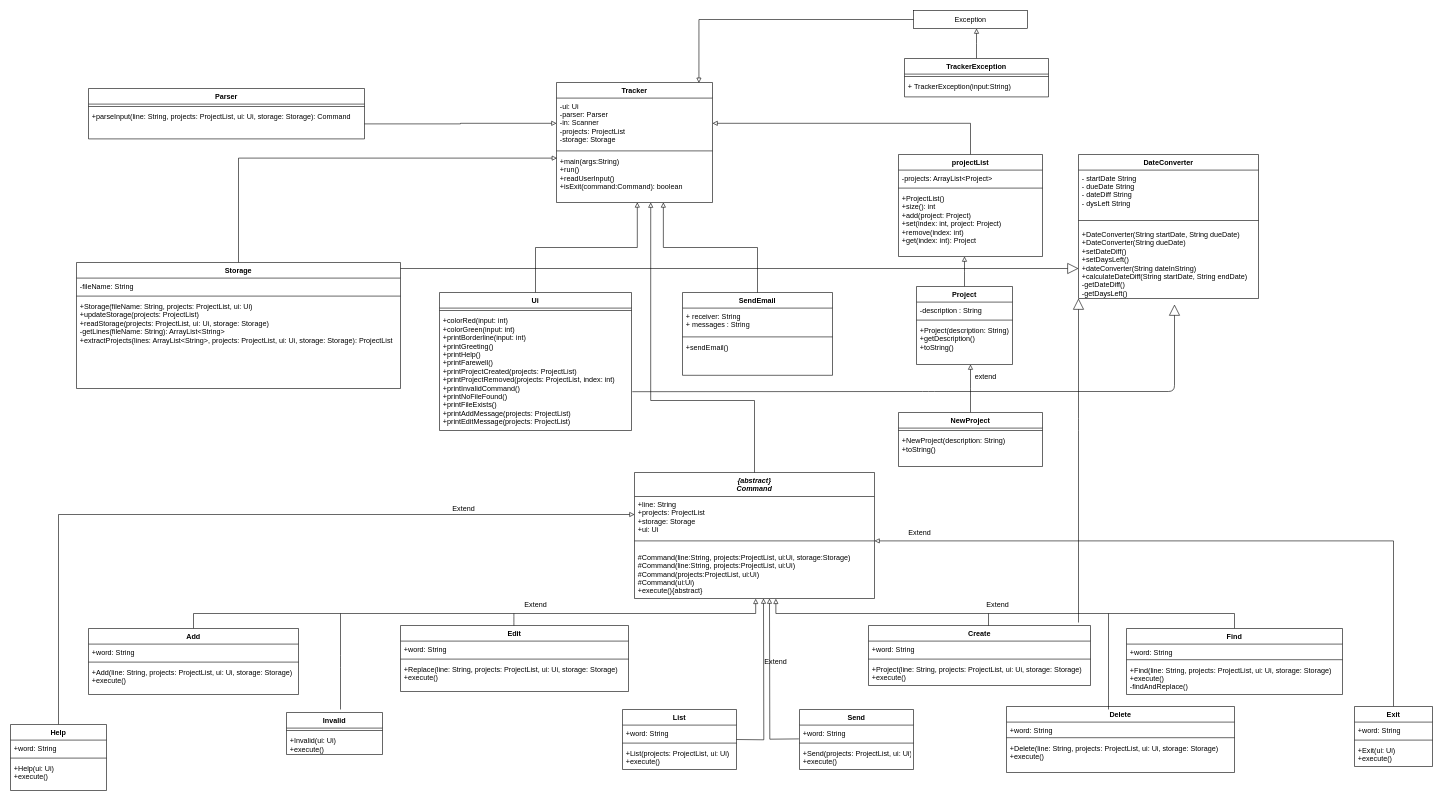
Before: docs/UML V2.drawio in nus-tic4001-AY2021S1/tp, a draw.io diagram. Source tidied: cells renumbered, new cells numbered last; positions are measured from the earlier drawing's top-left corner, leaving out a move shared by most shapes. Both pictures are drawn from the tidied source at 60%, with x=0, y=0 at pixel (10, 10).
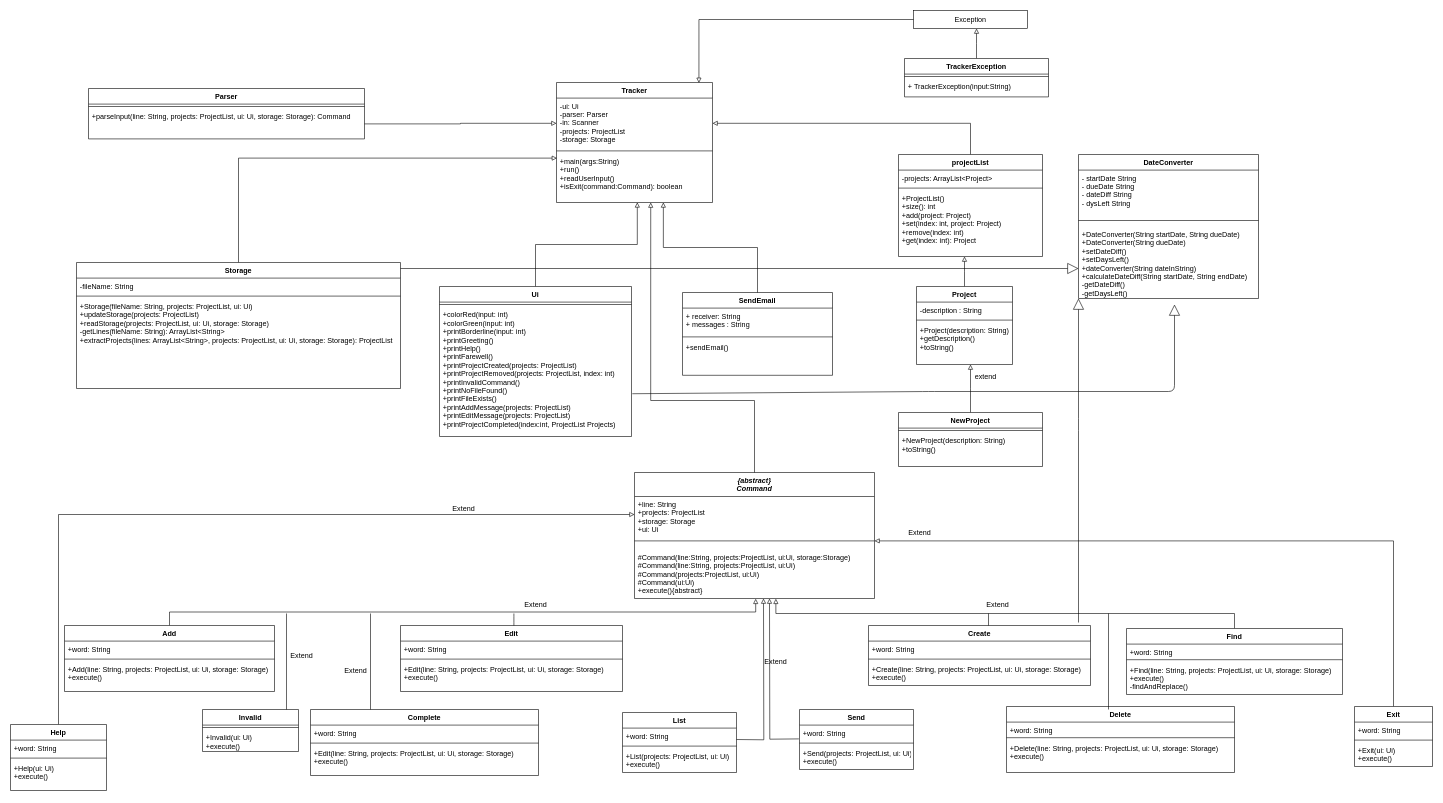
After the change.

The change refers to these unchanged cells:
```xml
<mxCell id="33" value="Create" style="swimlane;fontStyle=1;align=center;verticalAlign=top;horizontal=1;startSize=26;" parent="1" vertex="1">
  <mxGeometry x="1430" y="1025" width="370" height="100" as="geometry" />
</mxCell>
```

What changed in the source:
```diff
@@
     <mxCell id="12" value="Add" style="swimlane;fontStyle=1;align=center;verticalAlign=top;horizontal=1;startSize=26;" parent="1" vertex="1">
-      <mxGeometry x="130" y="1030" width="350" height="110" as="geometry" />
+      <mxGeometry x="90" y="1025" width="350" height="110" as="geometry" />
     </mxCell>
@@
-    <mxCell id="36" value="+Project(line: String, projects: ProjectList, ui: Ui, storage: Storage)&#10;+execute()" style="text;strokeColor=none;fillColor=none;align=left;verticalAlign=top;spacingLeft=4;spacingRight=4;overflow=hidden;" parent="33" vertex="1">
+    <mxCell id="36" value="+Create(line: String, projects: ProjectList, ui: Ui, storage: Storage)&#10;+execute()" style="text;strokeColor=none;fillColor=none;align=left;verticalAlign=top;spacingLeft=4;spacingRight=4;overflow=hidden;" parent="33" vertex="1">
       <mxGeometry y="60" width="370" height="40" as="geometry" />
     </mxCell>
     <mxCell id="37" value="Edit" style="swimlane;fontStyle=1;align=center;verticalAlign=top;horizontal=1;startSize=26;" parent="1" vertex="1">
-      <mxGeometry x="650" y="1025" width="380" height="110" as="geometry" />
+      <mxGeometry x="650" y="1025" width="370" height="110" as="geometry" />
     </mxCell>
     <mxCell id="38" value="+word: String" style="text;strokeColor=none;fillColor=none;align=left;verticalAlign=top;spacingLeft=4;spacingRight=4;overflow=hidden;" parent="37" vertex="1">
-      <mxGeometry y="26" width="380" height="26" as="geometry" />
+      <mxGeometry y="26" width="370" height="26" as="geometry" />
     </mxCell>
     <mxCell id="39" style="line;strokeWidth=1;fillColor=none;align=left;verticalAlign=middle;spacingTop=-1;spacingLeft=3;spacingRight=3;labelPosition=right;" parent="37" vertex="1">
-      <mxGeometry y="52" width="380" height="8" as="geometry" />
+      <mxGeometry y="52" width="370" height="8" as="geometry" />
     </mxCell>
-    <mxCell id="40" value="+Replace(line: String, projects: ProjectList, ui: Ui, storage: Storage)&#10;+execute()" style="text;strokeColor=none;fillColor=none;align=left;verticalAlign=top;spacingLeft=4;spacingRight=4;overflow=hidden;" parent="37" vertex="1">
-      <mxGeometry y="60" width="380" height="50" as="geometry" />
+    <mxCell id="40" value="+Edit(line: String, projects: ProjectList, ui: Ui, storage: Storage)&#10;+execute()" style="text;strokeColor=none;fillColor=none;align=left;verticalAlign=top;spacingLeft=4;spacingRight=4;overflow=hidden;" parent="37" vertex="1">
+      <mxGeometry y="60" width="370" height="50" as="geometry" />
     </mxCell>
@@
     <mxCell id="42" value="Ui" style="swimlane;fontStyle=1;align=center;verticalAlign=top;horizontal=1;startSize=26;" parent="1" vertex="1">
-      <mxGeometry x="715" y="470" width="320" height="230" as="geometry" />
+      <mxGeometry x="715" y="460" width="320" height="250" as="geometry" />
     </mxCell>
@@
-    <mxCell id="44" value="+colorRed(input: int)&#10;+colorGreen(input: int)&#10;+printBorderline(input: int)&#10;+printGreeting()&#10;+printHelp()&#10;+printFarewell()&#10;+printProjectCreated(projects: ProjectList)&#10;+printProjectRemoved(projects: ProjectList, index: int)&#10;+printInvalidCommand()&#10;+printNoFileFound()&#10;+printFileExists()&#10;+printAddMessage(projects: ProjectList)&#10;+printEditMessage(projects: ProjectList)" style="text;strokeColor=none;fillColor=none;align=left;verticalAlign=top;spacingLeft=4;spacingRight=4;overflow=hidden;points=[[0,0.5],[1,0.5]];portConstraint=eastwest;" parent="42" vertex="1">
-      <mxGeometry y="34" width="320" height="196" as="geometry" />
+    <mxCell id="44" value="+colorRed(input: int)&#10;+colorGreen(input: int)&#10;+printBorderline(input: int)&#10;+printGreeting()&#10;+printHelp()&#10;+printFarewell()&#10;+printProjectCreated(projects: ProjectList)&#10;+printProjectRemoved(projects: ProjectList, index: int)&#10;+printInvalidCommand()&#10;+printNoFileFound()&#10;+printFileExists()&#10;+printAddMessage(projects: ProjectList)&#10;+printEditMessage(projects: ProjectList)&#10;+printProjectCompleted(index:int, ProjectList Projects)&#10;" style="text;strokeColor=none;fillColor=none;align=left;verticalAlign=top;spacingLeft=4;spacingRight=4;overflow=hidden;points=[[0,0.5],[1,0.5]];portConstraint=eastwest;" parent="42" vertex="1">
+      <mxGeometry y="34" width="320" height="216" as="geometry" />
     </mxCell>
@@
     <mxCell id="55" value="List" style="swimlane;fontStyle=1;align=center;verticalAlign=top;horizontal=1;startSize=26;" parent="1" vertex="1">
-      <mxGeometry x="1020" y="1165" width="190" height="100" as="geometry" />
+      <mxGeometry x="1020" y="1170" width="190" height="100" as="geometry" />
     </mxCell>
@@
     <mxCell id="64" value="Invalid" style="swimlane;fontStyle=1;align=center;verticalAlign=top;horizontal=1;startSize=26;" parent="1" vertex="1">
-      <mxGeometry x="460" y="1170" width="160" height="70" as="geometry" />
+      <mxGeometry x="320" y="1165" width="160" height="70" as="geometry" />
     </mxCell>
@@
     <mxCell id="68" style="endArrow=none;html=1;fontColor=#000000;" parent="1" edge="1">
       <mxGeometry relative="1" as="geometry">
-        <mxPoint x="550" y="1165" as="sourcePoint" />
-        <mxPoint x="550" y="1005" as="targetPoint" />
-        <Array as="points">
-          <mxPoint x="550" y="1085" />
-        </Array>
+        <mxPoint x="460" y="1165" as="sourcePoint" />
+        <mxPoint x="460" y="1005" as="targetPoint" />
       </mxGeometry>
     </mxCell>
@@
+    <mxCell id="111" value="Complete" style="swimlane;fontStyle=1;align=center;verticalAlign=top;horizontal=1;startSize=26;" parent="1" vertex="1">
+      <mxGeometry x="500" y="1165" width="380" height="110" as="geometry" />
+    </mxCell>
+    <mxCell id="112" value="+word: String" style="text;strokeColor=none;fillColor=none;align=left;verticalAlign=top;spacingLeft=4;spacingRight=4;overflow=hidden;" parent="111" vertex="1">
+      <mxGeometry y="26" width="380" height="26" as="geometry" />
+    </mxCell>
+    <mxCell id="113" style="line;strokeWidth=1;fillColor=none;align=left;verticalAlign=middle;spacingTop=-1;spacingLeft=3;spacingRight=3;labelPosition=right;" parent="111" vertex="1">
+      <mxGeometry y="52" width="380" height="8" as="geometry" />
+    </mxCell>
+    <mxCell id="114" value="+Edit(line: String, projects: ProjectList, ui: Ui, storage: Storage)&#10;+execute()" style="text;strokeColor=none;fillColor=none;align=left;verticalAlign=top;spacingLeft=4;spacingRight=4;overflow=hidden;" parent="111" vertex="1">
+      <mxGeometry y="60" width="380" height="50" as="geometry" />
+    </mxCell>
+    <mxCell id="115" style="endArrow=none;html=1;fontColor=#000000;" parent="1" edge="1">
+      <mxGeometry relative="1" as="geometry">
+        <mxPoint x="600" y="1165" as="sourcePoint" />
+        <mxPoint x="600" y="1005" as="targetPoint" />
+      </mxGeometry>
+    </mxCell>
+    <mxCell id="116" value="Extend" style="text;html=1;align=center;verticalAlign=middle;fontColor=#000000;" parent="1" vertex="1">
+      <mxGeometry x="550" y="1090" width="50" height="20" as="geometry" />
+    </mxCell>
+    <mxCell id="117" value="Extend" style="text;html=1;align=center;verticalAlign=middle;fontColor=#000000;" parent="1" vertex="1">
+      <mxGeometry x="460" y="1065" width="50" height="20" as="geometry" />
+    </mxCell>
```
